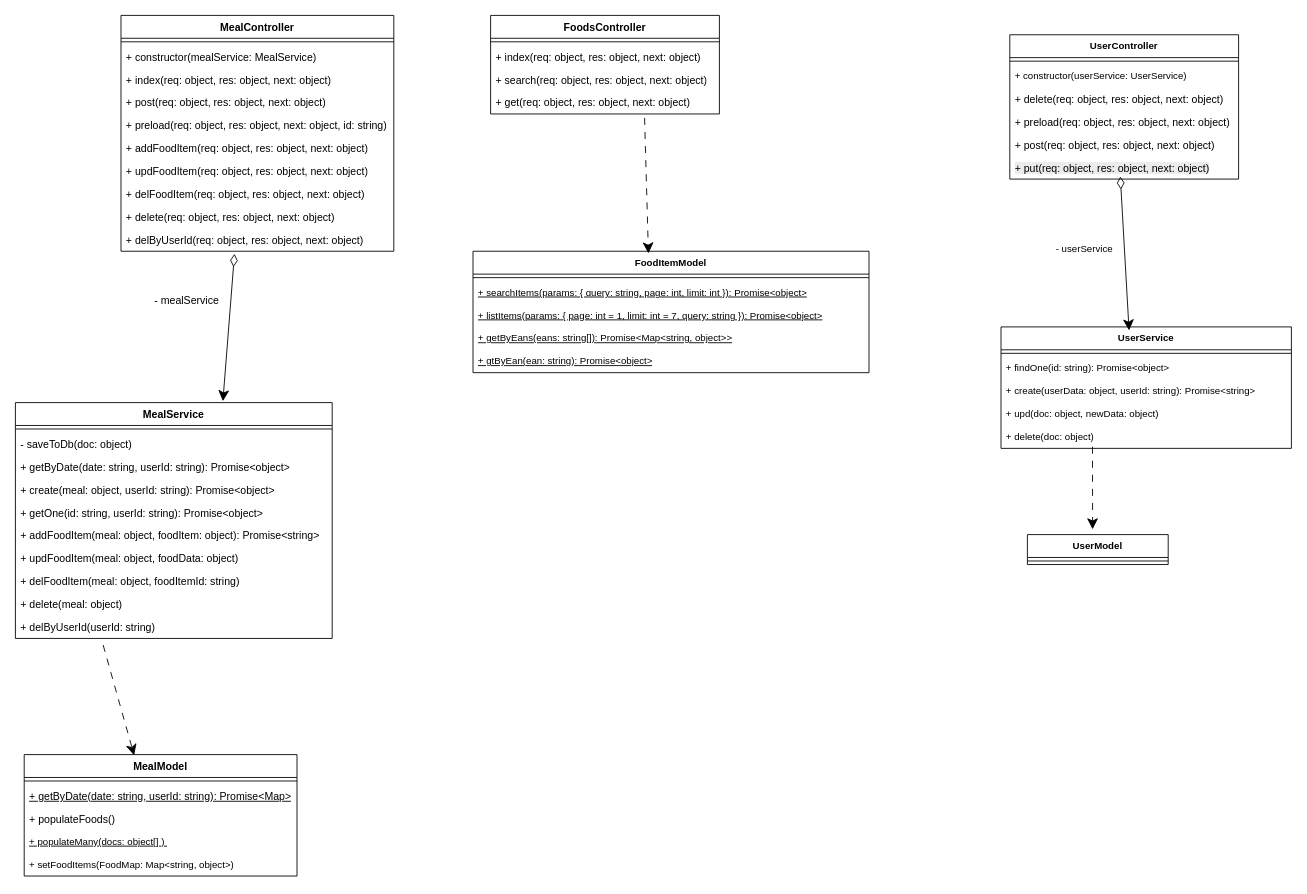
This is .readme/class_diagram.drawio from JuliaLind/1dv613-data-server, a draw.io file, before an edit. Source tidied: cells renumbered, new cells numbered last; positions are measured from the earlier drawing's top-left corner, leaving out a move shared by most shapes. Both pictures are drawn from the tidied source at 88%, with x=0, y=0 at pixel (15, 15).
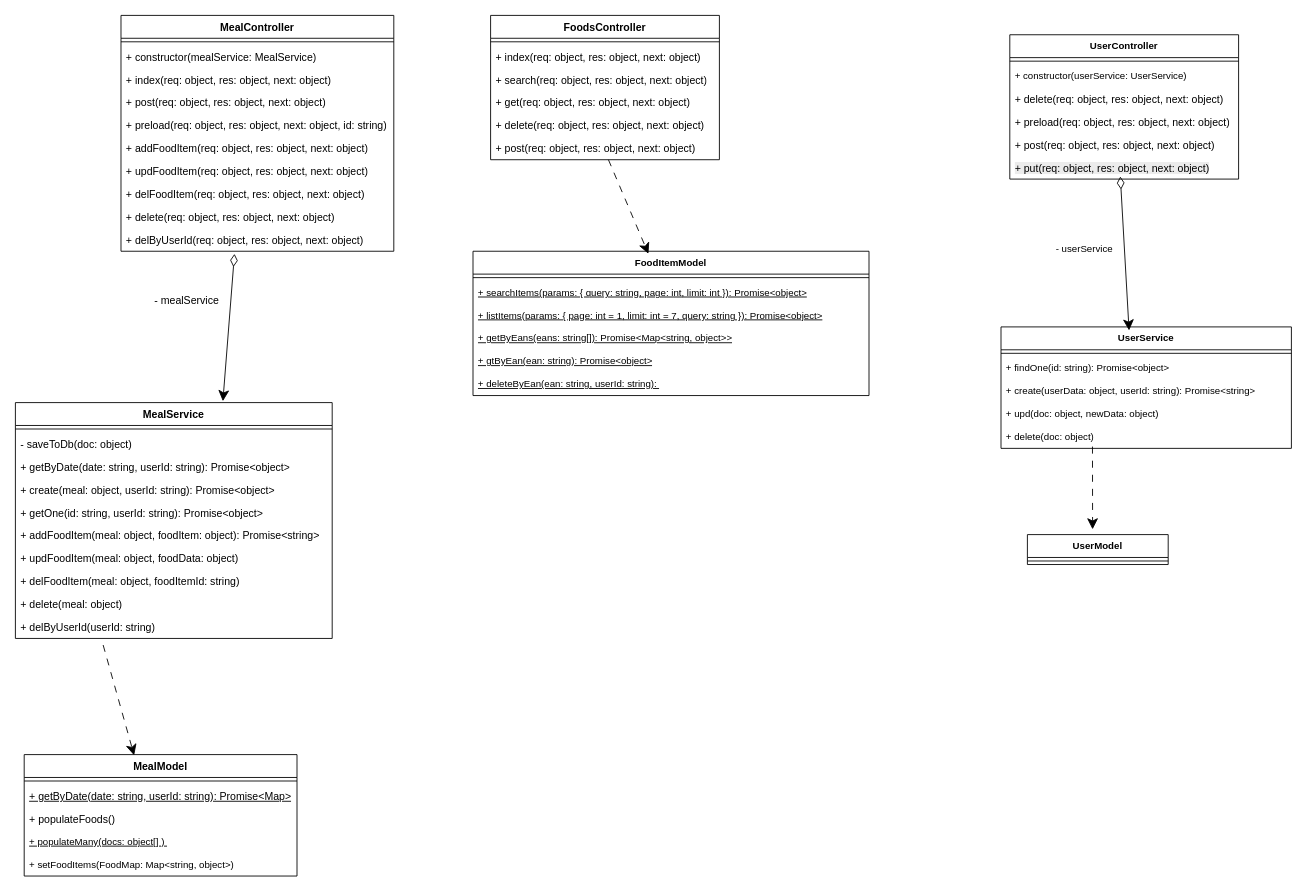
Above is the later version.

Commit message:
Update class diagramt to reflect the new foodItem add / delete features

The change refers to these unchanged cells:
```xml
<mxCell id="6" value="+ get(req: object, res: object, next: object)" style="text;strokeColor=none;fillColor=none;align=left;verticalAlign=top;spacingLeft=4;spacingRight=4;overflow=hidden;points=[[0,0.5],[1,0.5]];portConstraint=eastwest;whiteSpace=wrap;html=1;" parent="2" vertex="1">
  <mxGeometry y="86" width="260" height="26" as="geometry" />
</mxCell>
```

What changed in the source:
```diff
@@
     <mxCell id="2" value="FoodsController" style="swimlane;fontStyle=1;align=center;verticalAlign=top;horizontal=1;startSize=26;whiteSpace=wrap;html=1;" parent="1" vertex="1">
-      <mxGeometry x="540" width="260" height="112" as="geometry" />
+      <mxGeometry x="540" width="260" height="164" as="geometry" />
     </mxCell>
@@
+    <mxCell id="63" value="+ delete(req: object, res: object, next: object)" style="text;strokeColor=none;fillColor=none;align=left;verticalAlign=top;spacingLeft=4;spacingRight=4;overflow=hidden;whiteSpace=wrap;html=1;" parent="2" vertex="1">
+      <mxGeometry y="112" width="260" height="26" as="geometry" />
+    </mxCell>
+    <mxCell id="64" value="+ post(req: object, res: object, next: object)" style="text;strokeColor=none;fillColor=none;align=left;verticalAlign=top;spacingLeft=4;spacingRight=4;overflow=hidden;points=[[0,0.5],[1,0.5]];portConstraint=eastwest;whiteSpace=wrap;html=1;" parent="2" vertex="1">
+      <mxGeometry y="138" width="260" height="26" as="geometry" />
+    </mxCell>
@@
     <mxCell id="38" value="FoodItemModel" style="swimlane;fontStyle=1;align=center;verticalAlign=top;horizontal=1;startSize=26;whiteSpace=wrap;html=1;fontFamily=Helvetica;fontSize=11;fontColor=default;labelBackgroundColor=default;" parent="1" vertex="1">
-      <mxGeometry x="520" y="268" width="450" height="138" as="geometry" />
+      <mxGeometry x="520" y="268" width="450" height="164" as="geometry" />
     </mxCell>
@@
+    <mxCell id="65" value="&lt;u&gt;+ deleteByEan(ean: string, userId: string):&amp;nbsp;&lt;/u&gt;" style="text;strokeColor=none;fillColor=none;align=left;verticalAlign=top;spacingLeft=4;spacingRight=4;overflow=hidden;whiteSpace=wrap;html=1;fontFamily=Helvetica;fontSize=11;fontColor=default;labelBackgroundColor=default;" parent="38" vertex="1">
+      <mxGeometry y="138" width="450" height="26" as="geometry" />
+    </mxCell>
-    <mxCell id="44" style="edgeStyle=none;shape=connector;rounded=0;jettySize=auto;html=1;exitX=0.673;exitY=1.173;exitDx=0;exitDy=0;entryX=0.443;entryY=0.018;entryDx=0;entryDy=0;entryPerimeter=0;strokeColor=default;align=center;verticalAlign=middle;fontFamily=Helvetica;fontSize=11;fontColor=default;labelBackgroundColor=default;startArrow=none;startFill=0;startSize=12;endArrow=classic;endSize=10;exitPerimeter=0;dashed=1;dashPattern=8 8;" parent="1" edge="1" source="6" target="38">
+    <mxCell id="44" style="edgeStyle=none;shape=connector;rounded=0;jettySize=auto;html=1;exitX=0.515;exitY=1;exitDx=0;exitDy=0;entryX=0.443;entryY=0.018;entryDx=0;entryDy=0;entryPerimeter=0;strokeColor=default;align=center;verticalAlign=middle;fontFamily=Helvetica;fontSize=11;fontColor=default;labelBackgroundColor=default;startArrow=none;startFill=0;startSize=12;endArrow=classic;endSize=10;exitPerimeter=0;dashed=1;dashPattern=8 8;" parent="1" edge="1" source="64" target="38">
       <mxGeometry relative="1" as="geometry" />
     </mxCell>
```
